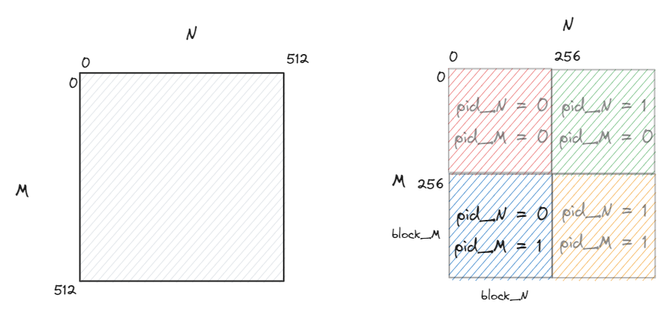
This is static/img/triton/getting_started/matrix_blocked.png from lweitkamp/lweitkamp.github.io, a Excalidraw export, as it was before one commit. Source tidied: one line per element, renumbered; positions are measured from the earlier drawing's top-left corner, leaving out a move shared by most shapes. Source of this version:
```json
{"id": 0, "type": "rectangle", "strokeColor": "#1e1e1e", "backgroundColor": "#e03131", "fillStyle": "hachure", "strokeWidth": 1, "roughness": 0, "opacity": 30, "x": 289, "y": 36, "width": 68, "height": 69}
{"id": 1, "type": "rectangle", "strokeColor": "#1e1e1e", "backgroundColor": "#2f9e44", "fillStyle": "hachure", "strokeWidth": 1, "roughness": 0, "opacity": 30, "x": 358, "y": 36, "width": 68, "height": 69}
{"id": 2, "type": "rectangle", "strokeColor": "#1e1e1e", "backgroundColor": "#1971c2", "fillStyle": "hachure", "strokeWidth": 1, "roughness": 0, "opacity": 40, "x": 289, "y": 106, "width": 68, "height": 69}
{"id": 3, "type": "rectangle", "strokeColor": "#1e1e1e", "backgroundColor": "#f08c00", "fillStyle": "hachure", "strokeWidth": 1, "roughness": 0, "opacity": 30, "x": 358, "y": 106, "width": 68, "height": 69}
{"id": 4, "type": "rectangle", "strokeColor": "#1e1e1e", "backgroundColor": "#e9ecef", "fillStyle": "hachure", "strokeWidth": 1, "roughness": 0, "x": 43, "y": 39, "width": 136, "height": 139}
{"id": 5, "type": "text", "text": "0", "strokeColor": "#1e1e1e", "backgroundColor": "#eaddd7", "fillStyle": "cross-hatch", "strokeWidth": 1, "roughness": 1, "fontSize": 9.33, "fontFamily": 1, "x": 289, "y": 23, "width": 6, "height": 12}
{"id": 6, "type": "text", "text": "0", "strokeColor": "#1e1e1e", "backgroundColor": "#eaddd7", "fillStyle": "cross-hatch", "strokeWidth": 1, "roughness": 1, "fontSize": 9.33, "fontFamily": 1, "x": 281, "y": 37, "width": 6, "height": 12}
{"id": 7, "type": "text", "text": "256", "strokeColor": "#1e1e1e", "backgroundColor": "#eaddd7", "fillStyle": "cross-hatch", "strokeWidth": 1, "roughness": 1, "fontSize": 9.33, "fontFamily": 1, "x": 359, "y": 22, "width": 18, "height": 12}
{"id": 8, "type": "text", "text": "256", "strokeColor": "#1e1e1e", "backgroundColor": "#eaddd7", "fillStyle": "cross-hatch", "strokeWidth": 1, "roughness": 1, "fontSize": 9.33, "fontFamily": 1, "x": 268, "y": 108, "width": 18, "height": 12}
{"id": 9, "type": "text", "text": "0", "strokeColor": "#1e1e1e", "backgroundColor": "#eaddd7", "fillStyle": "cross-hatch", "strokeWidth": 1, "roughness": 1, "fontSize": 9.33, "fontFamily": 1, "x": 44, "y": 27, "width": 6, "height": 12}
{"id": 10, "type": "text", "text": "0", "strokeColor": "#1e1e1e", "backgroundColor": "#eaddd7", "fillStyle": "cross-hatch", "strokeWidth": 1, "roughness": 1, "fontSize": 9.33, "fontFamily": 1, "x": 36, "y": 40, "width": 6, "height": 12}
{"id": 11, "type": "text", "text": "512", "strokeColor": "#1e1e1e", "backgroundColor": "#eaddd7", "fillStyle": "cross-hatch", "strokeWidth": 1, "roughness": 1, "fontSize": 9.33, "fontFamily": 1, "x": 181, "y": 24, "width": 15, "height": 12}
{"id": 12, "type": "text", "text": "512", "strokeColor": "#1e1e1e", "backgroundColor": "#eaddd7", "fillStyle": "cross-hatch", "strokeWidth": 1, "roughness": 1, "fontSize": 9.33, "fontFamily": 1, "x": 26, "y": 178, "width": 15, "height": 12}
{"id": 13, "type": "text", "text": "M", "strokeColor": "#1e1e1e", "backgroundColor": "#eaddd7", "fillStyle": "cross-hatch", "strokeWidth": 1, "roughness": 1, "fontSize": 12.38, "fontFamily": 1, "x": 251, "y": 104, "width": 9, "height": 15}
{"id": 14, "type": "text", "text": "N", "strokeColor": "#1e1e1e", "backgroundColor": "#eaddd7", "fillStyle": "cross-hatch", "strokeWidth": 1, "roughness": 1, "fontSize": 12.38, "fontFamily": 1, "x": 364, "y": 0, "width": 8, "height": 15}
{"id": 15, "type": "text", "text": "M", "strokeColor": "#1e1e1e", "backgroundColor": "#eaddd7", "fillStyle": "cross-hatch", "strokeWidth": 1, "roughness": 1, "fontSize": 12.38, "fontFamily": 1, "x": 0, "y": 110, "width": 9, "height": 15}
{"id": 16, "type": "text", "text": "N", "strokeColor": "#1e1e1e", "backgroundColor": "#eaddd7", "fillStyle": "cross-hatch", "strokeWidth": 1, "roughness": 1, "fontSize": 12.38, "fontFamily": 1, "x": 113, "y": 6, "width": 8, "height": 15}
{"id": 17, "type": "text", "text": "block_N", "strokeColor": "#1e1e1e", "backgroundColor": "#eaddd7", "fillStyle": "cross-hatch", "strokeWidth": 1, "roughness": 1, "fontSize": 8.29, "fontFamily": 1, "x": 311, "y": 182, "width": 31, "height": 10}
{"id": 18, "type": "text", "text": "block_M", "strokeColor": "#1e1e1e", "backgroundColor": "#eaddd7", "fillStyle": "cross-hatch", "strokeWidth": 1, "roughness": 1, "fontSize": 8.29, "fontFamily": 1, "x": 251, "y": 142, "width": 32, "height": 10}
{"id": 19, "type": "text", "text": "pid_N = 0", "strokeColor": "#1e1e1e", "backgroundColor": "#eaddd7", "fillStyle": "cross-hatch", "strokeWidth": 1, "roughness": 1, "fontSize": 12.22, "fontFamily": 1, "x": 294, "y": 126, "width": 62, "height": 15}
{"id": 20, "type": "text", "text": "pid_M = 1", "strokeColor": "#1e1e1e", "backgroundColor": "#eaddd7", "fillStyle": "cross-hatch", "strokeWidth": 1, "roughness": 1, "fontSize": 12.22, "fontFamily": 1, "x": 293, "y": 147, "width": 58, "height": 15}
{"id": 21, "type": "text", "text": "pid_N = 1", "strokeColor": "#1e1e1e", "backgroundColor": "#eaddd7", "fillStyle": "cross-hatch", "strokeWidth": 1, "roughness": 1, "opacity": 50, "fontSize": 12.22, "fontFamily": 1, "x": 364, "y": 124, "width": 57, "height": 15}
{"id": 22, "type": "text", "text": "pid_M = 1", "strokeColor": "#1e1e1e", "backgroundColor": "#eaddd7", "fillStyle": "cross-hatch", "strokeWidth": 1, "roughness": 1, "opacity": 50, "fontSize": 12.22, "fontFamily": 1, "x": 363, "y": 145, "width": 58, "height": 15}
{"id": 23, "type": "text", "text": "pid_N = 1", "strokeColor": "#1e1e1e", "backgroundColor": "#eaddd7", "fillStyle": "cross-hatch", "strokeWidth": 1, "roughness": 1, "opacity": 50, "fontSize": 12.22, "fontFamily": 1, "x": 364, "y": 54, "width": 57, "height": 15}
{"id": 24, "type": "text", "text": "pid_M = 0", "strokeColor": "#1e1e1e", "backgroundColor": "#eaddd7", "fillStyle": "cross-hatch", "strokeWidth": 1, "roughness": 1, "opacity": 50, "fontSize": 12.22, "fontFamily": 1, "x": 363, "y": 75, "width": 63, "height": 15}
{"id": 25, "type": "text", "text": "pid_N = 0", "strokeColor": "#1e1e1e", "backgroundColor": "#eaddd7", "fillStyle": "cross-hatch", "strokeWidth": 1, "roughness": 1, "opacity": 50, "fontSize": 12.22, "fontFamily": 1, "x": 294, "y": 54, "width": 62, "height": 15}
{"id": 26, "type": "text", "text": "pid_M = 0", "strokeColor": "#1e1e1e", "backgroundColor": "#eaddd7", "fillStyle": "cross-hatch", "strokeWidth": 1, "roughness": 1, "opacity": 50, "fontSize": 12.22, "fontFamily": 1, "x": 293, "y": 75, "width": 63, "height": 15}
```
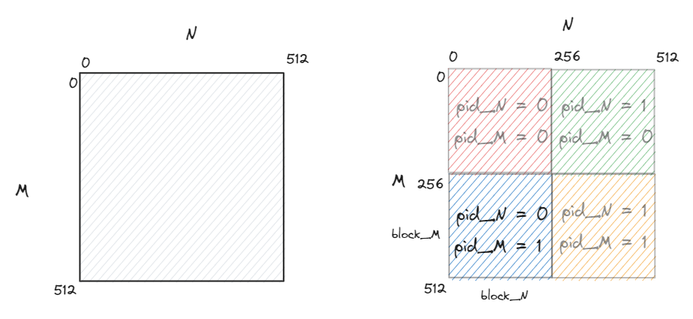
Later version of the same file.

The edit, as a diff of the source:
```diff
@@ -25,3 +25,5 @@
 {"id": 24, "type": "text", "text": "pid_M = 0", "strokeColor": "#1e1e1e", "backgroundColor": "#eaddd7", "fillStyle": "cross-hatch", "strokeWidth": 1, "roughness": 1, "opacity": 50, "fontSize": 12.22, "fontFamily": 1, "x": 363, "y": 75, "width": 63, "height": 15}
 {"id": 25, "type": "text", "text": "pid_N = 0", "strokeColor": "#1e1e1e", "backgroundColor": "#eaddd7", "fillStyle": "cross-hatch", "strokeWidth": 1, "roughness": 1, "opacity": 50, "fontSize": 12.22, "fontFamily": 1, "x": 294, "y": 54, "width": 62, "height": 15}
 {"id": 26, "type": "text", "text": "pid_M = 0", "strokeColor": "#1e1e1e", "backgroundColor": "#eaddd7", "fillStyle": "cross-hatch", "strokeWidth": 1, "roughness": 1, "opacity": 50, "fontSize": 12.22, "fontFamily": 1, "x": 293, "y": 75, "width": 63, "height": 15}
+{"id": 27, "type": "text", "text": "512", "strokeColor": "#1e1e1e", "backgroundColor": "#eaddd7", "fillStyle": "cross-hatch", "strokeWidth": 1, "roughness": 1, "fontSize": 9.33, "fontFamily": 1, "x": 428, "y": 23, "width": 15, "height": 12}
+{"id": 28, "type": "text", "text": "512", "strokeColor": "#1e1e1e", "backgroundColor": "#eaddd7", "fillStyle": "cross-hatch", "strokeWidth": 1, "roughness": 1, "fontSize": 9.33, "fontFamily": 1, "x": 273, "y": 177, "width": 15, "height": 12}
```
